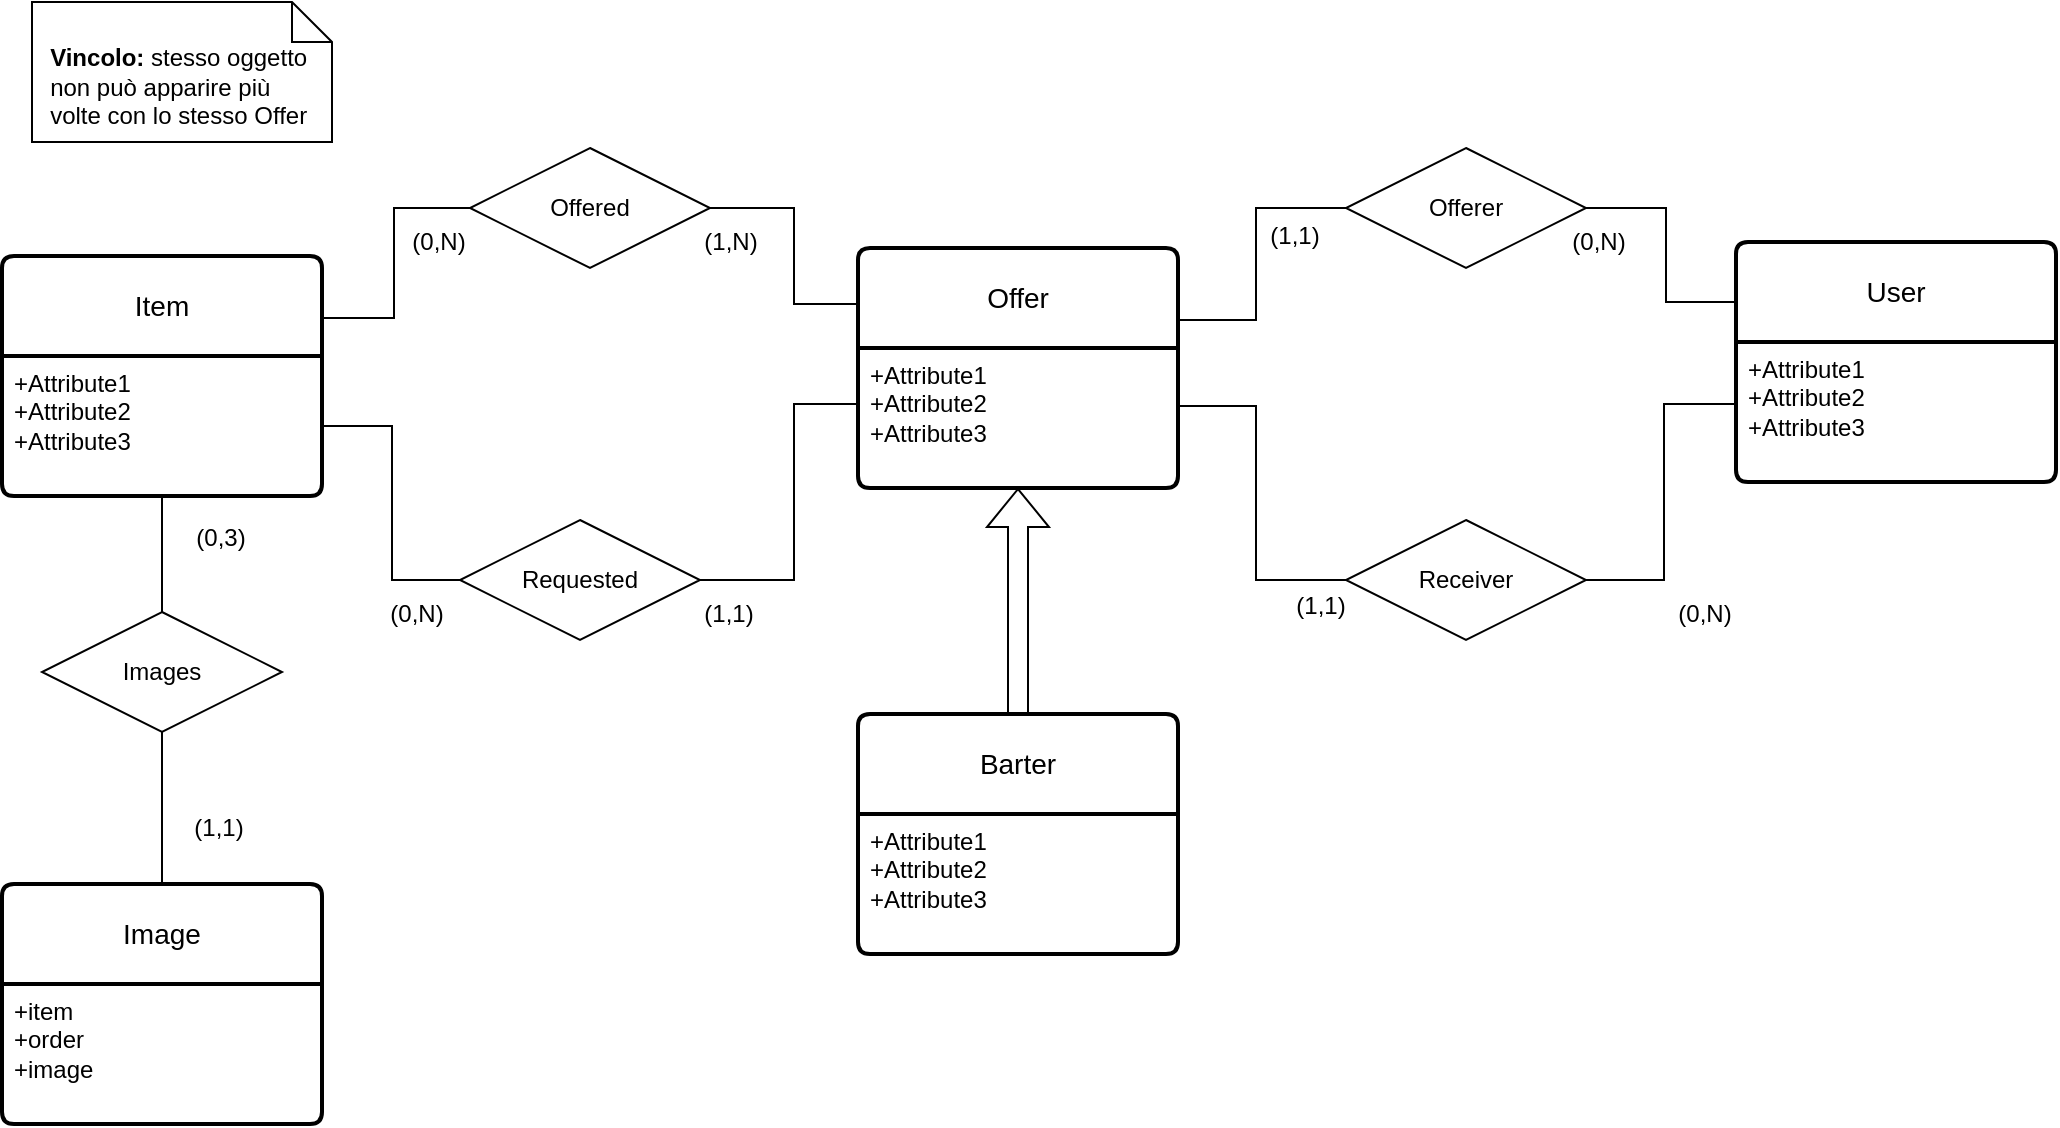
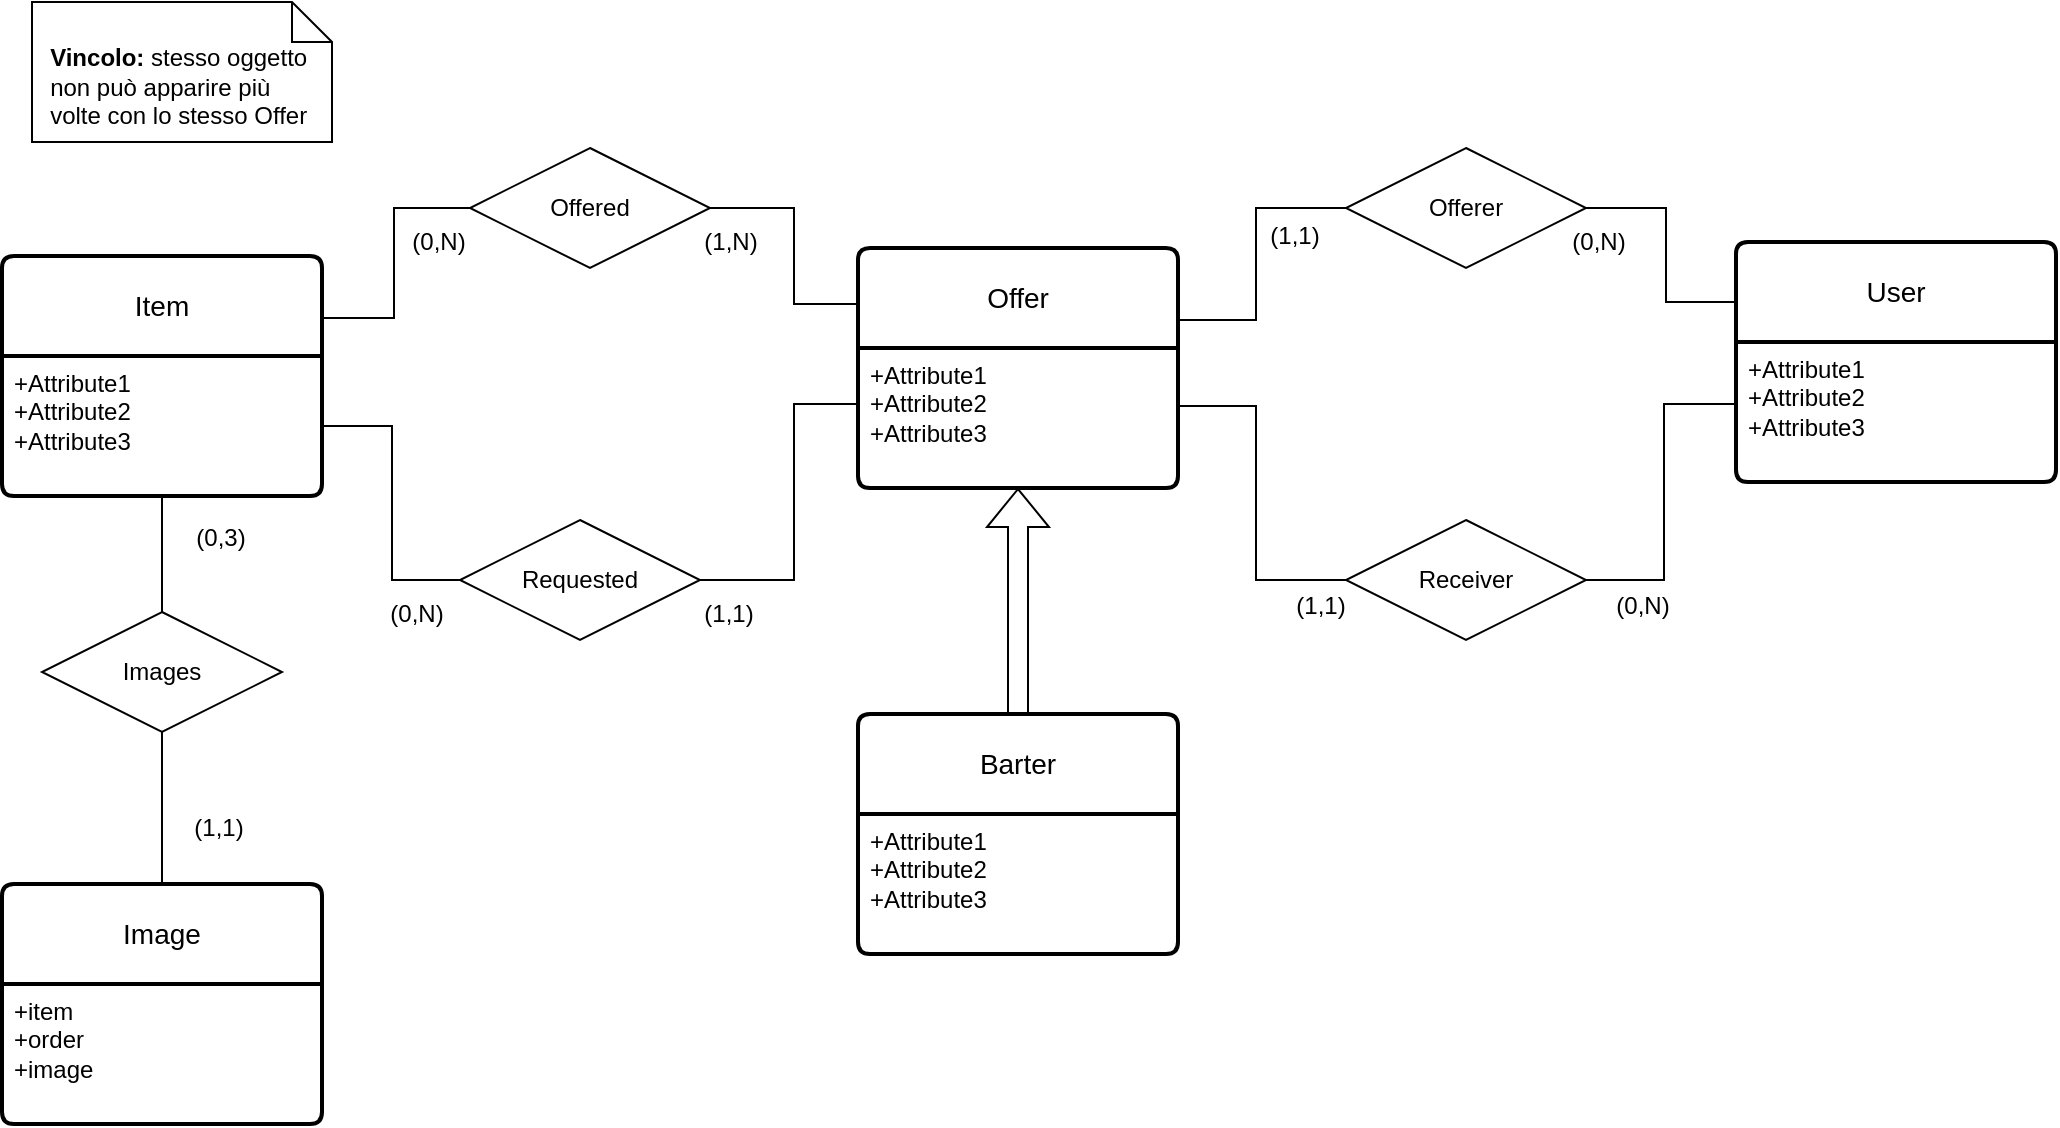
<mxfile host="app.diagrams.net" agent="Mozilla/5.0 (Windows NT 10.0; Win64; x64) AppleWebKit/537.36 (KHTML, like Gecko) Chrome/135.0.0.0 Safari/537.36 OPR/120.0.0.0" version="28.1.0">
  <diagram id="mgqwW-DtWwlVhOqlqvoX" name="Pagina-1">
    <mxGraphModel dx="2812" dy="1504" grid="0" gridSize="10" guides="1" tooltips="1" connect="1" arrows="1" fold="1" page="0" pageScale="1" pageWidth="827" pageHeight="1169" math="0" shadow="0">
      <root>
        <mxCell id="0" />
        <mxCell id="1" parent="0" />
        <mxCell id="o1DXEVKSGSJljAAY257b-2" value="Item" style="swimlane;childLayout=stackLayout;horizontal=1;startSize=50;horizontalStack=0;rounded=1;fontSize=14;fontStyle=0;strokeWidth=2;resizeParent=0;resizeLast=1;shadow=0;dashed=0;align=center;arcSize=4;whiteSpace=wrap;html=1;" parent="1" vertex="1">
          <mxGeometry x="-421" y="-85" width="160" height="120" as="geometry" />
        </mxCell>
        <mxCell id="o1DXEVKSGSJljAAY257b-3" value="+Attribute1&#xa;+Attribute2&#xa;+Attribute3" style="align=left;strokeColor=none;fillColor=none;spacingLeft=4;spacingRight=4;fontSize=12;verticalAlign=top;resizable=0;rotatable=0;part=1;html=1;whiteSpace=wrap;" parent="o1DXEVKSGSJljAAY257b-2" vertex="1">
          <mxGeometry y="50" width="160" height="70" as="geometry" />
        </mxCell>
        <mxCell id="o1DXEVKSGSJljAAY257b-4" value="User" style="swimlane;childLayout=stackLayout;horizontal=1;startSize=50;horizontalStack=0;rounded=1;fontSize=14;fontStyle=0;strokeWidth=2;resizeParent=0;resizeLast=1;shadow=0;dashed=0;align=center;arcSize=4;whiteSpace=wrap;html=1;" parent="1" vertex="1">
          <mxGeometry x="446" y="-92" width="160" height="120" as="geometry" />
        </mxCell>
        <mxCell id="o1DXEVKSGSJljAAY257b-5" value="+Attribute1&#xa;+Attribute2&#xa;+Attribute3" style="align=left;strokeColor=none;fillColor=none;spacingLeft=4;spacingRight=4;fontSize=12;verticalAlign=top;resizable=0;rotatable=0;part=1;html=1;whiteSpace=wrap;" parent="o1DXEVKSGSJljAAY257b-4" vertex="1">
          <mxGeometry y="50" width="160" height="70" as="geometry" />
        </mxCell>
        <mxCell id="o1DXEVKSGSJljAAY257b-6" value="Barter" style="swimlane;childLayout=stackLayout;horizontal=1;startSize=50;horizontalStack=0;rounded=1;fontSize=14;fontStyle=0;strokeWidth=2;resizeParent=0;resizeLast=1;shadow=0;dashed=0;align=center;arcSize=4;whiteSpace=wrap;html=1;" parent="1" vertex="1">
          <mxGeometry x="7" y="144" width="160" height="120" as="geometry" />
        </mxCell>
        <mxCell id="o1DXEVKSGSJljAAY257b-7" value="+Attribute1&#xa;+Attribute2&#xa;+Attribute3" style="align=left;strokeColor=none;fillColor=none;spacingLeft=4;spacingRight=4;fontSize=12;verticalAlign=top;resizable=0;rotatable=0;part=1;html=1;whiteSpace=wrap;" parent="o1DXEVKSGSJljAAY257b-6" vertex="1">
          <mxGeometry y="50" width="160" height="70" as="geometry" />
        </mxCell>
        <mxCell id="o1DXEVKSGSJljAAY257b-13" value="&lt;div style=&quot;text-align: justify;&quot;&gt;&lt;br&gt;&lt;/div&gt;&lt;div style=&quot;text-align: justify;&quot;&gt;&lt;span style=&quot;text-wrap-mode: nowrap; background-color: transparent; color: light-dark(rgb(0, 0, 0), rgb(255, 255, 255));&quot;&gt;&lt;b&gt;Vincolo:&lt;/b&gt; stesso oggetto&amp;nbsp;&lt;/span&gt;&lt;/div&gt;&lt;div style=&quot;text-align: justify;&quot;&gt;&lt;span style=&quot;text-wrap-mode: nowrap; background-color: transparent; color: light-dark(rgb(0, 0, 0), rgb(255, 255, 255));&quot;&gt;non può&amp;nbsp;&lt;/span&gt;&lt;span style=&quot;background-color: transparent; color: light-dark(rgb(0, 0, 0), rgb(255, 255, 255)); text-wrap-mode: nowrap;&quot;&gt;apparire più&amp;nbsp;&lt;/span&gt;&lt;/div&gt;&lt;div style=&quot;text-align: justify;&quot;&gt;&lt;span style=&quot;background-color: transparent; color: light-dark(rgb(0, 0, 0), rgb(255, 255, 255)); text-wrap-mode: nowrap;&quot;&gt;volte con lo stesso Offer&lt;/span&gt;&lt;/div&gt;" style="shape=note;size=20;whiteSpace=wrap;html=1;align=center;gradientColor=none;fillColor=default;container=0;fixDash=0;autosize=1;" parent="1" vertex="1">
          <mxGeometry x="-406" y="-212" width="150" height="70" as="geometry" />
        </mxCell>
        <mxCell id="o1DXEVKSGSJljAAY257b-29" value="" style="endArrow=none;html=1;rounded=0;edgeStyle=orthogonalEdgeStyle;" parent="1" source="o1DXEVKSGSJljAAY257b-2" target="o1DXEVKSGSJljAAY257b-61" edge="1">
          <mxGeometry relative="1" as="geometry">
            <mxPoint x="137" y="75" as="sourcePoint" />
            <mxPoint x="92" y="125" as="targetPoint" />
            <Array as="points">
              <mxPoint x="-225" y="-54" />
              <mxPoint x="-225" y="-109" />
            </Array>
          </mxGeometry>
        </mxCell>
        <mxCell id="o1DXEVKSGSJljAAY257b-30" value="(1,N)" style="text;html=1;align=center;verticalAlign=middle;resizable=0;points=[];autosize=1;strokeColor=none;fillColor=none;" parent="1" vertex="1">
          <mxGeometry x="-80" y="-105" width="45" height="26" as="geometry" />
        </mxCell>
        <mxCell id="o1DXEVKSGSJljAAY257b-31" value="(0,N)" style="text;html=1;align=center;verticalAlign=middle;resizable=0;points=[];autosize=1;strokeColor=none;fillColor=none;" parent="1" vertex="1">
          <mxGeometry x="-237" y="81" width="45" height="26" as="geometry" />
        </mxCell>
        <mxCell id="o1DXEVKSGSJljAAY257b-32" value="" style="endArrow=none;html=1;rounded=0;edgeStyle=orthogonalEdgeStyle;" parent="1" source="o1DXEVKSGSJljAAY257b-3" target="o1DXEVKSGSJljAAY257b-64" edge="1">
          <mxGeometry relative="1" as="geometry">
            <mxPoint x="-254" y="267" as="sourcePoint" />
            <mxPoint x="152" y="155" as="targetPoint" />
            <Array as="points">
              <mxPoint x="-226" />
              <mxPoint x="-226" y="77" />
            </Array>
          </mxGeometry>
        </mxCell>
        <mxCell id="o1DXEVKSGSJljAAY257b-33" value="(0,N)" style="text;html=1;align=center;verticalAlign=middle;resizable=0;points=[];autosize=1;strokeColor=none;fillColor=none;" parent="1" vertex="1">
          <mxGeometry x="-226" y="-105" width="45" height="26" as="geometry" />
        </mxCell>
        <mxCell id="o1DXEVKSGSJljAAY257b-34" value="(1,1)" style="text;html=1;align=center;verticalAlign=middle;resizable=0;points=[];autosize=1;strokeColor=none;fillColor=none;" parent="1" vertex="1">
          <mxGeometry x="-80" y="81" width="43" height="26" as="geometry" />
        </mxCell>
        <mxCell id="o1DXEVKSGSJljAAY257b-53" value="" style="endArrow=none;html=1;rounded=0;edgeStyle=orthogonalEdgeStyle;" parent="1" source="o1DXEVKSGSJljAAY257b-4" target="o1DXEVKSGSJljAAY257b-62" edge="1">
          <mxGeometry relative="1" as="geometry">
            <mxPoint x="466" y="72" as="sourcePoint" />
            <mxPoint x="212" y="125" as="targetPoint" />
            <Array as="points">
              <mxPoint x="410" y="-11" />
              <mxPoint x="410" y="77" />
            </Array>
          </mxGeometry>
        </mxCell>
        <mxCell id="o1DXEVKSGSJljAAY257b-54" value="" style="endArrow=none;html=1;rounded=0;edgeStyle=orthogonalEdgeStyle;" parent="1" source="o1DXEVKSGSJljAAY257b-4" target="o1DXEVKSGSJljAAY257b-63" edge="1">
          <mxGeometry relative="1" as="geometry">
            <mxPoint x="614" y="-8" as="sourcePoint" />
            <mxPoint x="152" y="95" as="targetPoint" />
            <Array as="points">
              <mxPoint x="411" y="-62" />
              <mxPoint x="411" y="-109" />
            </Array>
          </mxGeometry>
        </mxCell>
        <mxCell id="o1DXEVKSGSJljAAY257b-55" value="(0,N)" style="text;html=1;align=center;verticalAlign=middle;resizable=0;points=[];autosize=1;strokeColor=none;fillColor=none;" parent="1" vertex="1">
-           <mxGeometry x="407" y="81" width="45" height="26" as="geometry" />
+           <mxGeometry x="376" y="77" width="45" height="26" as="geometry" />
        </mxCell>
        <mxCell id="o1DXEVKSGSJljAAY257b-56" value="(0,N)" style="text;html=1;align=center;verticalAlign=middle;resizable=0;points=[];autosize=1;strokeColor=none;fillColor=none;" parent="1" vertex="1">
          <mxGeometry x="354" y="-105" width="45" height="26" as="geometry" />
        </mxCell>
        <mxCell id="o1DXEVKSGSJljAAY257b-57" value="(1,1)" style="text;html=1;align=center;verticalAlign=middle;resizable=0;points=[];autosize=1;strokeColor=none;fillColor=none;" parent="1" vertex="1">
          <mxGeometry x="203" y="-108" width="43" height="26" as="geometry" />
        </mxCell>
        <mxCell id="o1DXEVKSGSJljAAY257b-58" value="(1,1)" style="text;html=1;align=center;verticalAlign=middle;resizable=0;points=[];autosize=1;strokeColor=none;fillColor=none;" parent="1" vertex="1">
          <mxGeometry x="216" y="77" width="43" height="26" as="geometry" />
        </mxCell>
        <mxCell id="o1DXEVKSGSJljAAY257b-59" value="Offer" style="swimlane;childLayout=stackLayout;horizontal=1;startSize=50;horizontalStack=0;rounded=1;fontSize=14;fontStyle=0;strokeWidth=2;resizeParent=0;resizeLast=1;shadow=0;dashed=0;align=center;arcSize=4;whiteSpace=wrap;html=1;" parent="1" vertex="1">
          <mxGeometry x="7" y="-89" width="160" height="120" as="geometry" />
        </mxCell>
        <mxCell id="o1DXEVKSGSJljAAY257b-60" value="+Attribute1&#xa;+Attribute2&#xa;+Attribute3" style="align=left;strokeColor=none;fillColor=none;spacingLeft=4;spacingRight=4;fontSize=12;verticalAlign=top;resizable=0;rotatable=0;part=1;html=1;whiteSpace=wrap;" parent="o1DXEVKSGSJljAAY257b-59" vertex="1">
          <mxGeometry y="50" width="160" height="70" as="geometry" />
        </mxCell>
        <mxCell id="o1DXEVKSGSJljAAY257b-61" value="Offered" style="shape=rhombus;perimeter=rhombusPerimeter;whiteSpace=wrap;html=1;align=center;" parent="1" vertex="1">
          <mxGeometry x="-187" y="-139" width="120" height="60" as="geometry" />
        </mxCell>
        <mxCell id="o1DXEVKSGSJljAAY257b-62" value="Receiver" style="shape=rhombus;perimeter=rhombusPerimeter;whiteSpace=wrap;html=1;align=center;" parent="1" vertex="1">
          <mxGeometry x="251" y="47" width="120" height="60" as="geometry" />
        </mxCell>
        <mxCell id="o1DXEVKSGSJljAAY257b-63" value="Offerer" style="shape=rhombus;perimeter=rhombusPerimeter;whiteSpace=wrap;html=1;align=center;" parent="1" vertex="1">
          <mxGeometry x="251" y="-139" width="120" height="60" as="geometry" />
        </mxCell>
        <mxCell id="o1DXEVKSGSJljAAY257b-64" value="Requested" style="shape=rhombus;perimeter=rhombusPerimeter;whiteSpace=wrap;html=1;align=center;" parent="1" vertex="1">
          <mxGeometry x="-192" y="47" width="120" height="60" as="geometry" />
        </mxCell>
        <mxCell id="o1DXEVKSGSJljAAY257b-65" value="" style="endArrow=none;html=1;rounded=0;edgeStyle=orthogonalEdgeStyle;" parent="1" source="o1DXEVKSGSJljAAY257b-64" target="o1DXEVKSGSJljAAY257b-59" edge="1">
          <mxGeometry relative="1" as="geometry">
            <mxPoint x="-228" y="273" as="sourcePoint" />
            <mxPoint x="-190" y="434" as="targetPoint" />
            <Array as="points">
              <mxPoint x="-25" y="77" />
              <mxPoint x="-25" y="-11" />
            </Array>
          </mxGeometry>
        </mxCell>
        <mxCell id="o1DXEVKSGSJljAAY257b-66" value="" style="endArrow=none;html=1;rounded=0;edgeStyle=orthogonalEdgeStyle;" parent="1" source="o1DXEVKSGSJljAAY257b-61" target="o1DXEVKSGSJljAAY257b-59" edge="1">
          <mxGeometry relative="1" as="geometry">
            <mxPoint x="102" y="342" as="sourcePoint" />
            <mxPoint x="203" y="428" as="targetPoint" />
            <Array as="points">
              <mxPoint x="-25" y="-109" />
              <mxPoint x="-25" y="-61" />
            </Array>
          </mxGeometry>
        </mxCell>
        <mxCell id="o1DXEVKSGSJljAAY257b-67" value="" style="endArrow=none;html=1;rounded=0;edgeStyle=orthogonalEdgeStyle;" parent="1" source="o1DXEVKSGSJljAAY257b-59" target="o1DXEVKSGSJljAAY257b-63" edge="1">
          <mxGeometry relative="1" as="geometry">
            <mxPoint x="710" y="320" as="sourcePoint" />
            <mxPoint x="784" y="265" as="targetPoint" />
            <Array as="points">
              <mxPoint x="206" y="-53" />
              <mxPoint x="206" y="-109" />
            </Array>
          </mxGeometry>
        </mxCell>
        <mxCell id="o1DXEVKSGSJljAAY257b-68" value="" style="endArrow=none;html=1;rounded=0;edgeStyle=orthogonalEdgeStyle;" parent="1" source="o1DXEVKSGSJljAAY257b-59" target="o1DXEVKSGSJljAAY257b-62" edge="1">
          <mxGeometry relative="1" as="geometry">
            <mxPoint x="173" y="289" as="sourcePoint" />
            <mxPoint x="250" y="209" as="targetPoint" />
            <Array as="points">
              <mxPoint x="206" y="-10" />
              <mxPoint x="206" y="77" />
            </Array>
          </mxGeometry>
        </mxCell>
        <mxCell id="o1DXEVKSGSJljAAY257b-69" value="" style="shape=flexArrow;endArrow=classic;html=1;rounded=0;" parent="1" source="o1DXEVKSGSJljAAY257b-6" target="o1DXEVKSGSJljAAY257b-59" edge="1">
          <mxGeometry width="50" height="50" relative="1" as="geometry">
            <mxPoint x="142" y="86" as="sourcePoint" />
            <mxPoint x="192" y="36" as="targetPoint" />
          </mxGeometry>
        </mxCell>
        <mxCell id="5Xf_sm0yR23MlKZTiJ87-1" value="Images" style="shape=rhombus;perimeter=rhombusPerimeter;whiteSpace=wrap;html=1;align=center;" vertex="1" parent="1">
          <mxGeometry x="-401" y="93" width="120" height="60" as="geometry" />
        </mxCell>
        <mxCell id="5Xf_sm0yR23MlKZTiJ87-2" value="Image" style="swimlane;childLayout=stackLayout;horizontal=1;startSize=50;horizontalStack=0;rounded=1;fontSize=14;fontStyle=0;strokeWidth=2;resizeParent=0;resizeLast=1;shadow=0;dashed=0;align=center;arcSize=4;whiteSpace=wrap;html=1;" vertex="1" parent="1">
          <mxGeometry x="-421" y="229" width="160" height="120" as="geometry" />
        </mxCell>
        <mxCell id="5Xf_sm0yR23MlKZTiJ87-3" value="+item&lt;div&gt;+order&lt;/div&gt;&lt;div&gt;+image&lt;/div&gt;" style="align=left;strokeColor=none;fillColor=none;spacingLeft=4;spacingRight=4;fontSize=12;verticalAlign=top;resizable=0;rotatable=0;part=1;html=1;whiteSpace=wrap;" vertex="1" parent="5Xf_sm0yR23MlKZTiJ87-2">
          <mxGeometry y="50" width="160" height="70" as="geometry" />
        </mxCell>
        <mxCell id="5Xf_sm0yR23MlKZTiJ87-4" value="" style="endArrow=none;html=1;rounded=0;edgeStyle=orthogonalEdgeStyle;" edge="1" parent="1" source="o1DXEVKSGSJljAAY257b-2" target="5Xf_sm0yR23MlKZTiJ87-1">
          <mxGeometry relative="1" as="geometry">
            <mxPoint x="-628" y="85" as="sourcePoint" />
            <mxPoint x="-559" y="162" as="targetPoint" />
          </mxGeometry>
        </mxCell>
        <mxCell id="5Xf_sm0yR23MlKZTiJ87-6" value="" style="endArrow=none;html=1;rounded=0;edgeStyle=orthogonalEdgeStyle;" edge="1" parent="1" source="5Xf_sm0yR23MlKZTiJ87-1" target="5Xf_sm0yR23MlKZTiJ87-2">
          <mxGeometry relative="1" as="geometry">
            <mxPoint x="-282" y="206" as="sourcePoint" />
            <mxPoint x="-282" y="293" as="targetPoint" />
          </mxGeometry>
        </mxCell>
        <mxCell id="5Xf_sm0yR23MlKZTiJ87-7" value="(1,1)" style="text;html=1;align=center;verticalAlign=middle;resizable=0;points=[];autosize=1;strokeColor=none;fillColor=none;" vertex="1" parent="1">
          <mxGeometry x="-335" y="188" width="43" height="26" as="geometry" />
        </mxCell>
        <mxCell id="5Xf_sm0yR23MlKZTiJ87-8" value="(0,3)" style="text;html=1;align=center;verticalAlign=middle;resizable=0;points=[];autosize=1;strokeColor=none;fillColor=none;" vertex="1" parent="1">
          <mxGeometry x="-334" y="43" width="43" height="26" as="geometry" />
        </mxCell>
      </root>
    </mxGraphModel>
  </diagram>
</mxfile>
